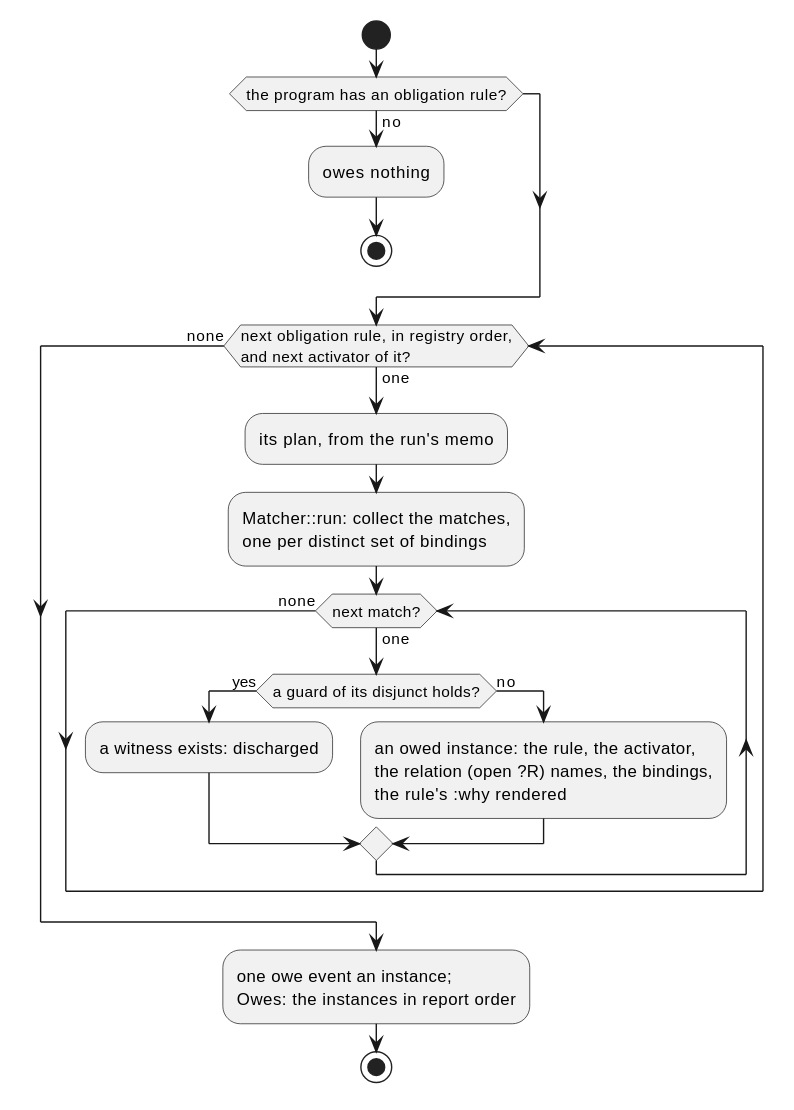
This is docs/ein/ein.rs/diagrams/02-obligation-pass.svg from agutikov/ein, a PlantUML export, as it was before one commit. Its source is kept beside it as docs/ein/ein.rs/diagrams/02-obligation-pass.puml.
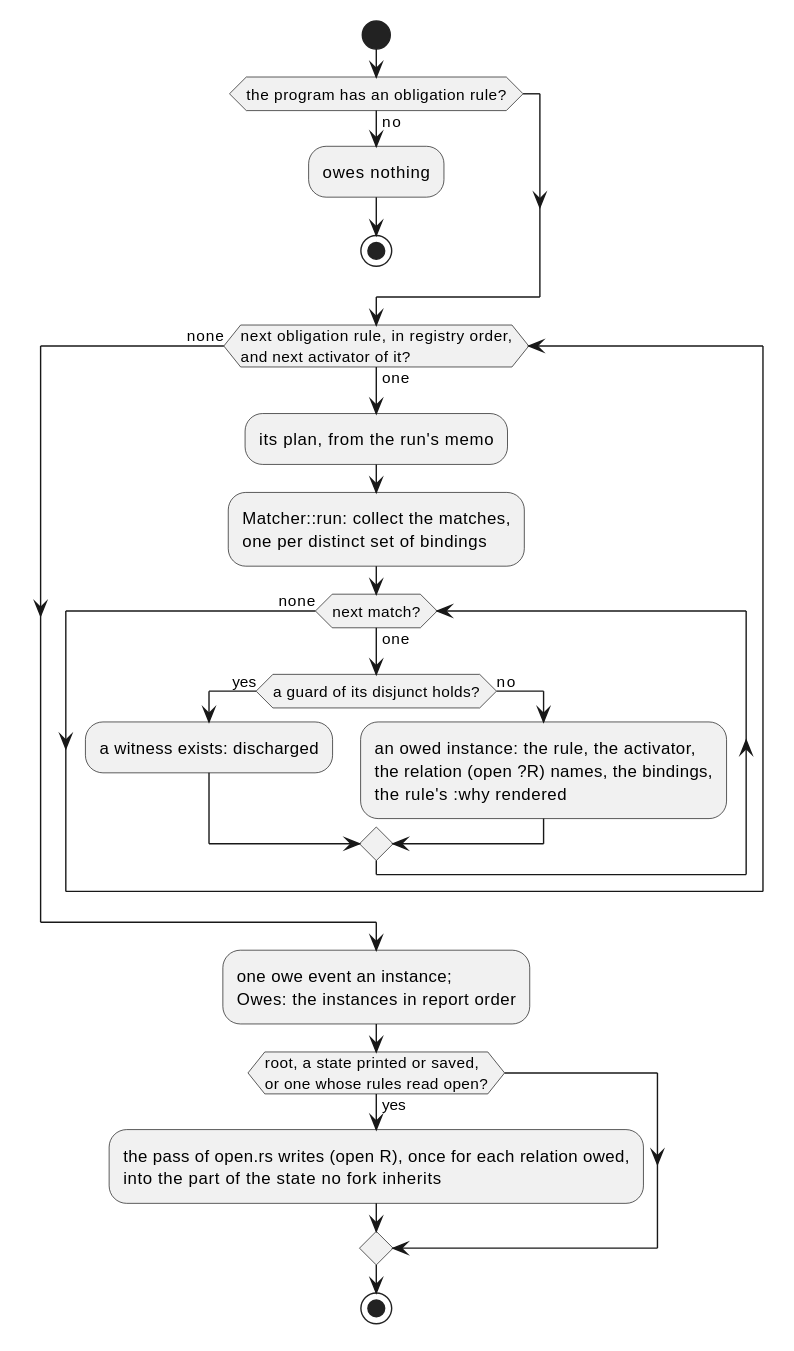
After the commit.

Change to the diagram source:
```diff
@@ -16,5 +16,8 @@
   endwhile (none)
 endwhile (none)
 :one owe event an instance;\nOwes: the instances in report order;
+if (root, a state printed or saved,\nor one whose rules read open?) then (yes)
+  :the pass of open.rs writes (open R), once for each relation owed,\ninto the part of the state no fork inherits;
+endif
 stop
 @enduml
```
